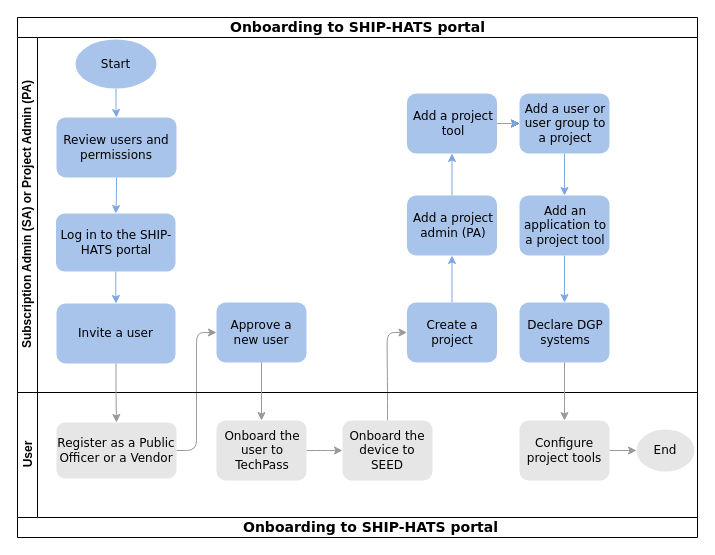
The draw.io diagram portal-guide/images/onboarding-ship-hats-portal.drawio in lixinW/ship-hats-docs, before the edit. Source tidied: cells renumbered, new cells numbered last; positions are measured from the earlier drawing's top-left corner, leaving out a move shared by most shapes. Both pictures are drawn from the tidied source at 100%, with x=0, y=0 at pixel (17, 17).
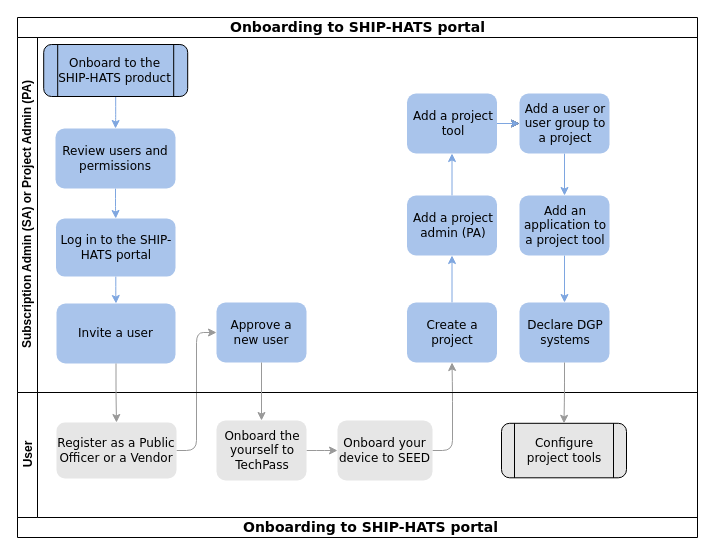
After the change.

The change refers to these unchanged cells:
```xml
<mxCell id="2" value="&lt;font style=&quot;font-size: 14px;&quot;&gt;Onboarding to SHIP-HATS portal&lt;/font&gt;" style="swimlane;html=1;horizontal=1;startSize=20;rounded=0;shadow=0;labelBackgroundColor=none;strokeWidth=1;fontFamily=Verdana;fontSize=8;align=center;strokeColor=#000000;" parent="1" vertex="1">
  <mxGeometry width="680" height="520" as="geometry" />
</mxCell>
<mxCell id="5" value="Subscription Admin (SA) or Project Admin (PA)" style="swimlane;html=1;startSize=20;horizontal=0;strokeColor=#000000;" parent="2" vertex="1">
  <mxGeometry y="20" width="680" height="355" as="geometry" />
</mxCell>
<mxCell id="9" value="&lt;font style=&quot;font-size: 12px;&quot;&gt;Approve a new user&lt;/font&gt;" style="rounded=1;whiteSpace=wrap;html=1;fontFamily=Verdana;fontSize=8;align=center;fillColor=#A9C4EB;strokeColor=none;" parent="5" vertex="1">
  <mxGeometry x="199" y="265" width="90" height="60" as="geometry" />
</mxCell>
<mxCell id="11" value="&lt;font style=&quot;font-size: 12px;&quot;&gt;Create a project&lt;/font&gt;" style="rounded=1;whiteSpace=wrap;html=1;fontFamily=Verdana;fontSize=8;fillColor=#A9C4EB;strokeColor=none;" parent="5" vertex="1">
  <mxGeometry x="389.5" y="265" width="90" height="60" as="geometry" />
</mxCell>
<mxCell id="23" value="&lt;div style=&quot;text-align: center;&quot;&gt;&lt;font style=&quot;font-size: 12px;&quot;&gt;Declare DGP systems&lt;/font&gt;&lt;br&gt;&lt;/div&gt;&lt;div style=&quot;&quot;&gt;&lt;/div&gt;" style="rounded=1;whiteSpace=wrap;html=1;fontFamily=Verdana;fontSize=8;align=left;fillColor=#A9C4EB;strokeColor=none;" parent="5" vertex="1">
  <mxGeometry x="502" y="265" width="90" height="60" as="geometry" />
</mxCell>
<mxCell id="26" value="User" style="swimlane;html=1;startSize=20;horizontal=0;strokeColor=#000000;" parent="2" vertex="1">
  <mxGeometry y="375" width="680" height="125" as="geometry" />
</mxCell>
```

The edit, as a diff of the source:
```diff
@@
-    <mxCell id="4" style="edgeStyle=orthogonalEdgeStyle;rounded=1;jettySize=auto;html=1;entryX=0;entryY=0.5;entryDx=0;entryDy=0;fontFamily=Verdana;fontSize=8;exitX=0.5;exitY=0;exitDx=0;exitDy=0;strokeColor=#999999;fillColor=#B3B3B3;" parent="2" edge="1" source="30" target="11">
+    <mxCell id="4" style="edgeStyle=orthogonalEdgeStyle;rounded=1;jettySize=auto;html=1;entryX=0.5;entryY=1;entryDx=0;entryDy=0;fontFamily=Verdana;fontSize=8;exitX=1;exitY=0.5;exitDx=0;exitDy=0;strokeColor=#999999;fillColor=#B3B3B3;" parent="2" edge="1" source="30" target="11">
       <mxGeometry relative="1" as="geometry" />
     </mxCell>
@@
     <mxCell id="7" value="&lt;font style=&quot;font-size: 12px;&quot;&gt;Review users and permissions&lt;/font&gt;" style="rounded=1;whiteSpace=wrap;html=1;shadow=0;labelBackgroundColor=none;strokeWidth=1;fontFamily=Verdana;fontSize=8;align=center;fillColor=#A9C4EB;strokeColor=none;" parent="5" vertex="1">
-      <mxGeometry x="39" y="80" width="120" height="60" as="geometry" />
+      <mxGeometry x="38" y="91" width="120" height="60" as="geometry" />
     </mxCell>
@@
     <mxCell id="15" value="&lt;font style=&quot;font-size: 12px;&quot;&gt;Log in to the SHIP-HATS portal&lt;/font&gt;" style="rounded=1;whiteSpace=wrap;html=1;fontFamily=Verdana;fontSize=8;fillColor=#A9C4EB;strokeColor=none;" parent="5" vertex="1">
-      <mxGeometry x="38.5" y="176" width="119.5" height="58" as="geometry" />
+      <mxGeometry x="38.5" y="181" width="119.5" height="58" as="geometry" />
     </mxCell>
@@
-    <mxCell id="24" style="edgeStyle=orthogonalEdgeStyle;rounded=1;jettySize=auto;html=1;fontFamily=Verdana;fontSize=12;strokeColor=#7EA6E0;" parent="5" edge="1" source="25" target="7">
-      <mxGeometry relative="1" as="geometry" />
-    </mxCell>
-    <mxCell id="25" value="&lt;font style=&quot;font-size: 12px;&quot; face=&quot;Verdana&quot;&gt;Start&lt;/font&gt;" style="ellipse;whiteSpace=wrap;html=1;fillColor=#A9C4EB;strokeColor=none;" parent="5" vertex="1">
-      <mxGeometry x="58" y="2" width="81" height="49" as="geometry" />
-    </mxCell>
+    <mxCell id="38" style="edgeStyle=orthogonalEdgeStyle;rounded=1;jettySize=auto;html=1;fontFamily=Verdana;fontSize=12;strokeColor=#7EA6E0;" parent="5" edge="1" source="39" target="7">
+      <mxGeometry relative="1" as="geometry" />
+    </mxCell>
+    <mxCell id="39" value="Onboard to the SHIP-HATS product" style="shape=process;whiteSpace=wrap;html=1;backgroundOutline=1;fontFamily=Verdana;fontSize=12;fillColor=#A9C4EB;rounded=1;" parent="5" vertex="1">
+      <mxGeometry x="26.2" y="7" width="144" height="52" as="geometry" />
+    </mxCell>
@@
-    <mxCell id="29" value="&lt;div style=&quot;text-align: center;&quot;&gt;&lt;span style=&quot;background-color: initial;&quot;&gt;&lt;font style=&quot;font-size: 12px;&quot;&gt;Onboard the user to TechPass&lt;/font&gt;&lt;/span&gt;&lt;/div&gt;" style="rounded=1;whiteSpace=wrap;html=1;fontSize=8;fontFamily=Verdana;align=left;strokeColor=none;fillColor=#E6E6E6;" parent="26" vertex="1">
+    <mxCell id="29" value="&lt;div style=&quot;text-align: center;&quot;&gt;&lt;span style=&quot;background-color: initial;&quot;&gt;&lt;font style=&quot;font-size: 12px;&quot;&gt;Onboard the yourself to TechPass&lt;/font&gt;&lt;/span&gt;&lt;/div&gt;" style="rounded=1;whiteSpace=wrap;html=1;fontSize=8;fontFamily=Verdana;align=left;strokeColor=none;fillColor=#E6E6E6;" parent="26" vertex="1">
       <mxGeometry x="199" y="28" width="90" height="60" as="geometry" />
     </mxCell>
-    <mxCell id="30" value="&lt;span style=&quot;&quot;&gt;&lt;font style=&quot;font-size: 12px;&quot;&gt;Onboard the device to SEED&lt;/font&gt;&lt;/span&gt;" style="rounded=1;whiteSpace=wrap;html=1;fontSize=8;fontFamily=Verdana;align=center;strokeColor=none;fillColor=#E6E6E6;" parent="26" vertex="1">
-      <mxGeometry x="325" y="28" width="90" height="60" as="geometry" />
+    <mxCell id="30" value="&lt;span style=&quot;&quot;&gt;&lt;font style=&quot;font-size: 12px;&quot;&gt;Onboard your device to SEED&lt;/font&gt;&lt;/span&gt;" style="rounded=1;whiteSpace=wrap;html=1;fontSize=8;fontFamily=Verdana;align=center;strokeColor=none;fillColor=#E6E6E6;" parent="26" vertex="1">
+      <mxGeometry x="320" y="28" width="95" height="60" as="geometry" />
     </mxCell>
-    <mxCell id="31" style="edgeStyle=orthogonalEdgeStyle;rounded=1;jettySize=auto;html=1;fontFamily=Verdana;fontSize=12;strokeColor=#999999;" parent="26" edge="1" source="32" target="33">
-      <mxGeometry relative="1" as="geometry" />
-    </mxCell>
-    <mxCell id="32" value="&lt;span style=&quot;&quot;&gt;&lt;font style=&quot;font-size: 12px;&quot;&gt;Configure project tools&lt;/font&gt;&lt;/span&gt;" style="rounded=1;whiteSpace=wrap;html=1;fontSize=8;fontFamily=Verdana;align=center;strokeColor=none;fillColor=#E6E6E6;" parent="26" vertex="1">
-      <mxGeometry x="502" y="28" width="90" height="60" as="geometry" />
+    <mxCell id="32" value="Configure project tools" style="shape=process;whiteSpace=wrap;html=1;backgroundOutline=1;fontFamily=Verdana;fontSize=12;fillColor=#E6E6E6;rounded=1;" parent="26" vertex="1">
+      <mxGeometry x="484" y="30.8" width="125" height="54.5" as="geometry" />
     </mxCell>
-    <mxCell id="33" value="&lt;font face=&quot;Verdana&quot;&gt;End&lt;/font&gt;" style="ellipse;whiteSpace=wrap;html=1;fillColor=#E6E6E6;strokeColor=none;" parent="26" vertex="1">
-      <mxGeometry x="619" y="37" width="58" height="42" as="geometry" />
-    </mxCell>
@@
+    <mxCell id="36" style="edgeStyle=orthogonalEdgeStyle;rounded=0;jettySize=auto;html=1;entryX=0.5;entryY=0;entryDx=0;entryDy=0;fontFamily=Helvetica;fontSize=14;strokeColor=#999999;fillColor=#999999;" parent="2" edge="1" source="9" target="29">
+      <mxGeometry relative="1" as="geometry" />
+    </mxCell>
-    <mxCell id="35" style="edgeStyle=orthogonalEdgeStyle;rounded=1;jettySize=auto;html=1;fontFamily=Verdana;fontSize=8;strokeColor=#999999;fillColor=#B3B3B3;exitX=0.5;exitY=1;exitDx=0;exitDy=0;" parent="2" edge="1" source="23" target="32">
+    <mxCell id="35" style="edgeStyle=orthogonalEdgeStyle;rounded=1;jettySize=auto;html=1;fontFamily=Verdana;fontSize=12;strokeColor=#999999;" parent="2" edge="1" source="23" target="32">
       <mxGeometry relative="1" as="geometry" />
     </mxCell>
-    <mxCell id="36" style="edgeStyle=orthogonalEdgeStyle;rounded=0;jettySize=auto;html=1;entryX=0.5;entryY=0;entryDx=0;entryDy=0;fontFamily=Helvetica;fontSize=14;strokeColor=#999999;fillColor=#999999;" parent="2" edge="1" source="9" target="29">
-      <mxGeometry relative="1" as="geometry" />
-    </mxCell>
```
